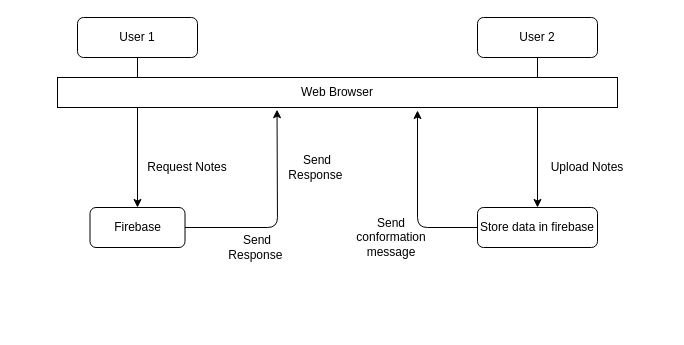
Above: miniproject.drawio in shareef99/Draw (draw.io), before the change. Source tidied: cells renumbered, new cells numbered last; positions are measured from the earlier drawing's top-left corner, leaving out a move shared by most shapes. Both pictures are drawn from the tidied source at 100%, with x=0, y=0 at pixel (57, 17).
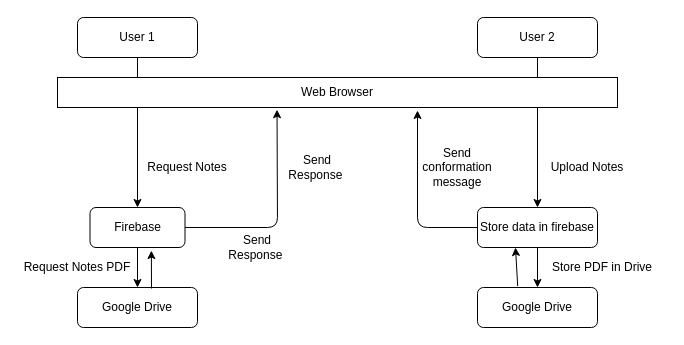
The same page after the edit.

The change refers to these unchanged cells:
```xml
<mxCell id="5" value="Firebase" style="rounded=1;whiteSpace=wrap;html=1;" parent="1" vertex="1">
  <mxGeometry x="32.5" y="190" width="95" height="40" as="geometry" />
</mxCell>
<mxCell id="12" value="Store data in firebase" style="rounded=1;whiteSpace=wrap;html=1;" parent="1" vertex="1">
  <mxGeometry x="420" y="190" width="120" height="40" as="geometry" />
</mxCell>
```

Change to the diagram source:
```diff
@@
     <mxCell id="14" value="Send conformation message" style="text;html=1;strokeColor=none;fillColor=none;align=center;verticalAlign=middle;whiteSpace=wrap;rounded=0;" parent="1" vertex="1">
-      <mxGeometry x="314" y="210" width="40" height="20" as="geometry" />
+      <mxGeometry x="380" y="140" width="40" height="20" as="geometry" />
     </mxCell>
@@
+    <mxCell id="16" value="Google Drive" style="rounded=1;whiteSpace=wrap;html=1;" parent="1" vertex="1">
+      <mxGeometry x="20" y="270" width="120" height="40" as="geometry" />
+    </mxCell>
+    <mxCell id="17" style="endArrow=classic;html=1;exitX=0.5;exitY=1;exitDx=0;exitDy=0;entryX=0.5;entryY=0;entryDx=0;entryDy=0;" parent="1" edge="1" source="5" target="16">
+      <mxGeometry relative="1" as="geometry" />
+    </mxCell>
+    <mxCell id="18" value="Request Notes PDF" style="text;html=1;strokeColor=none;fillColor=none;align=center;verticalAlign=middle;whiteSpace=wrap;rounded=0;" parent="1" vertex="1">
+      <mxGeometry x="-40" y="240" width="120" height="20" as="geometry" />
+    </mxCell>
+    <mxCell id="19" value="Google Drive" style="rounded=1;whiteSpace=wrap;html=1;" parent="1" vertex="1">
+      <mxGeometry x="420" y="270" width="120" height="40" as="geometry" />
+    </mxCell>
+    <mxCell id="20" style="endArrow=classic;html=1;exitX=0.5;exitY=1;exitDx=0;exitDy=0;" parent="1" edge="1" source="12" target="19">
+      <mxGeometry relative="1" as="geometry" />
+    </mxCell>
+    <mxCell id="21" style="endArrow=classic;html=1;entryX=0.646;entryY=1.077;entryDx=0;entryDy=0;entryPerimeter=0;" parent="1" edge="1" target="5">
+      <mxGeometry relative="1" as="geometry">
+        <mxPoint x="94" y="271" as="sourcePoint" />
+      </mxGeometry>
+    </mxCell>
+    <mxCell id="22" style="endArrow=classic;html=1;exitX=0.335;exitY=-0.036;exitDx=0;exitDy=0;exitPerimeter=0;" parent="1" edge="1" source="19">
+      <mxGeometry relative="1" as="geometry">
+        <mxPoint x="458" y="230" as="targetPoint" />
+      </mxGeometry>
+    </mxCell>
+    <mxCell id="23" value="Store PDF in Drive" style="text;html=1;strokeColor=none;fillColor=none;align=center;verticalAlign=middle;whiteSpace=wrap;rounded=0;" parent="1" vertex="1">
+      <mxGeometry x="480" y="240" width="130" height="20" as="geometry" />
+    </mxCell>
```
